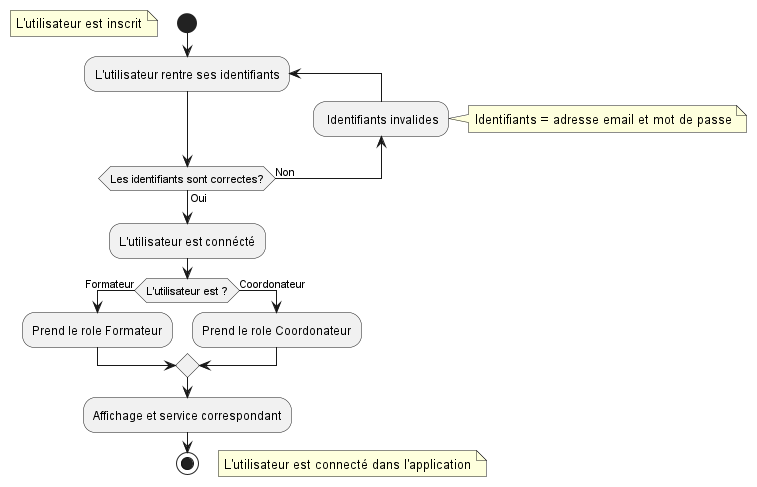
Earlier version of the PlantUML export doc/img/LoginActivity.png (GreenHawk-99/AppGreta).
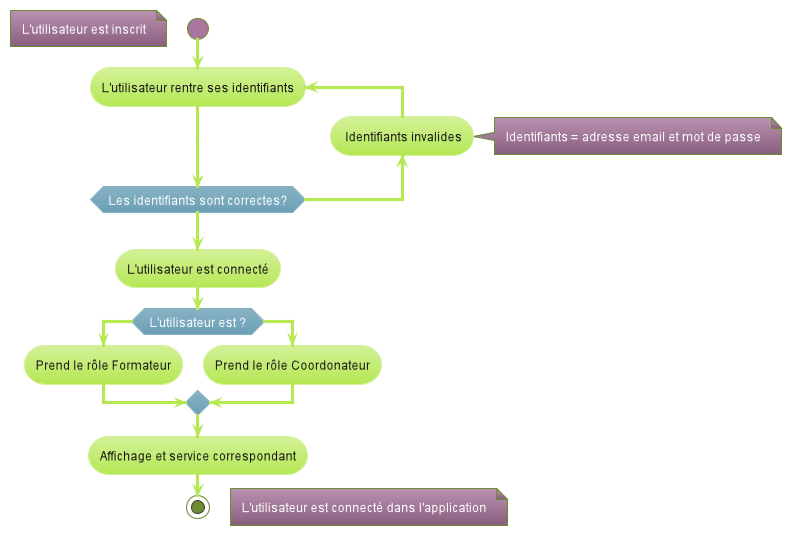
The same diagram one commit later.

What changed in the source:
```diff
@@ -1,4 +1,5 @@
 @startuml
+!theme hacker
 
 start
 floating note left: L'utilisateur est inscrit
@@ -9,12 +10,12 @@
 note right: Identifiants = adresse email et mot de passe
 repeat while (Les identifiants sont correctes?) is (Non) not (Oui)
 
-:L'utilisateur est connécté;
+:L'utilisateur est connecté;
 
 if (L'utilisateur est ?) then (Formateur)
-:Prend le role Formateur;
+:Prend le rôle Formateur;
 else (Coordonateur)
-:Prend le role Coordonateur;
+:Prend le rôle Coordonateur;
 endif
 
 :Affichage et service correspondant;
```
